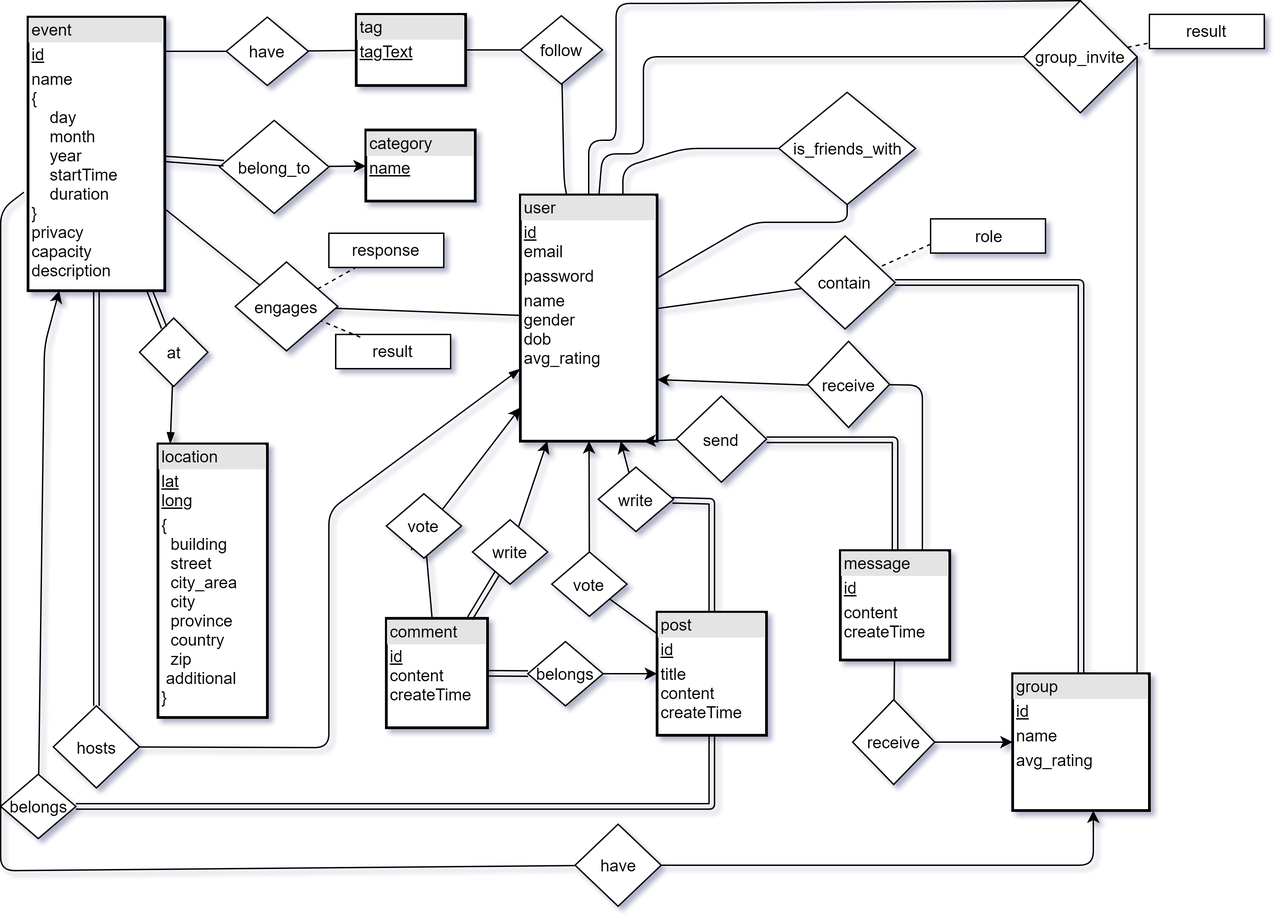
Before: doc/diagrams/er_diagram/ERDiagram.png, a diagram exported from draw.io (ahmed-umair/scenes). Source tidied: cells renumbered, new cells last; positions are measured from the earlier drawing's top-left corner, leaving out a move shared by most shapes.
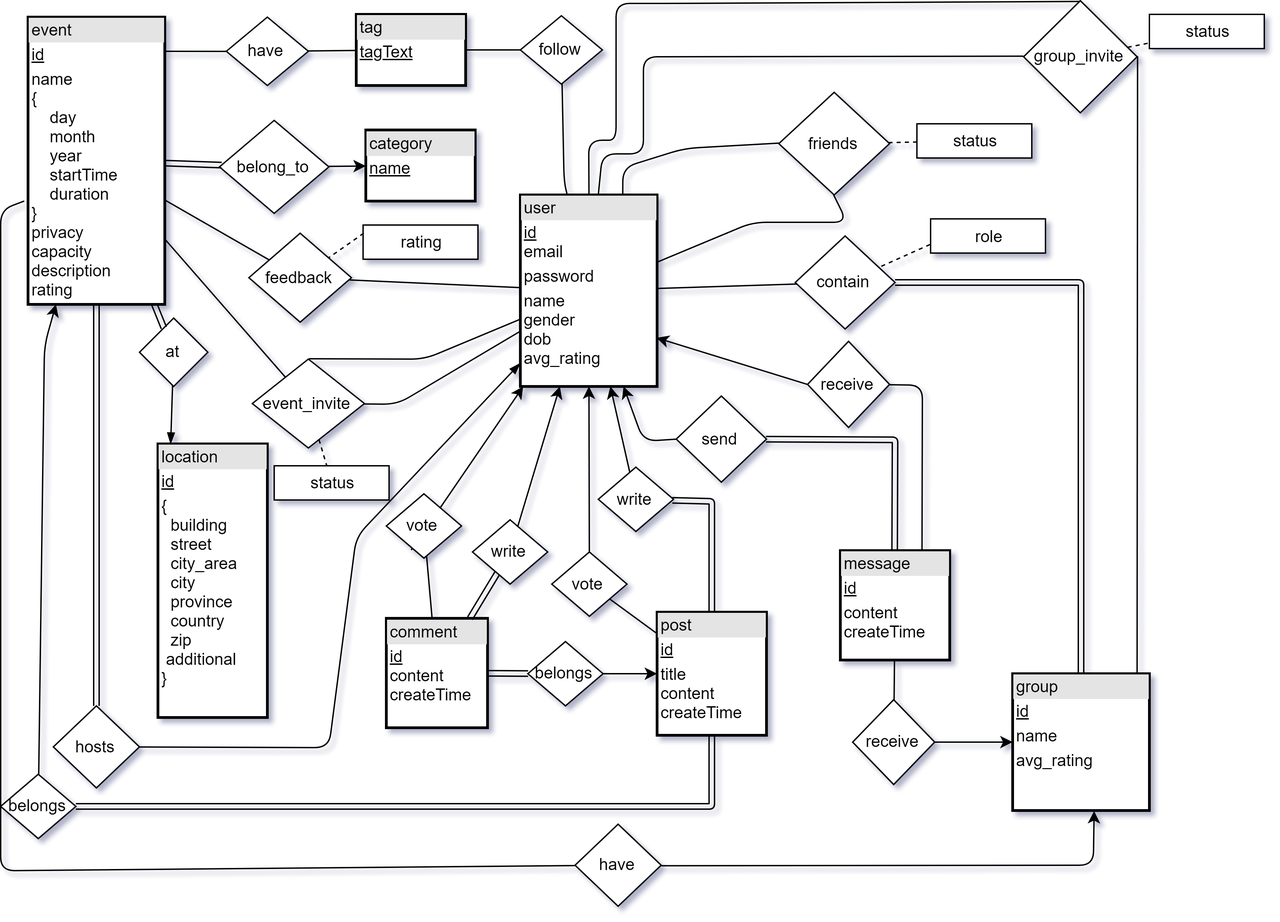
Above is the later version.

What changed in the source:
```diff
@@ -2,19 +2,19 @@
   <root>
     <mxCell id="0" />
     <mxCell id="1" parent="0" />
-    <mxCell id="2" value="&lt;div style=&quot;box-sizing: border-box ; width: 100% ; background: #e4e4e4 ; padding: 2px&quot;&gt;event&lt;/div&gt;&lt;table style=&quot;width: 100% ; font-size: 1em&quot; cellpadding=&quot;2&quot; cellspacing=&quot;0&quot;&gt;&lt;tbody&gt;&lt;tr&gt;&lt;td&gt;&lt;u&gt;id&lt;/u&gt;&lt;/td&gt;&lt;/tr&gt;&lt;tr&gt;&lt;td&gt;name&lt;br&gt;{&lt;br&gt;&amp;nbsp; &amp;nbsp; day&lt;br&gt;&amp;nbsp; &amp;nbsp; month&lt;br&gt;&amp;nbsp; &amp;nbsp; year&lt;br&gt;&amp;nbsp; &amp;nbsp; startTime&lt;br&gt;&amp;nbsp; &amp;nbsp; duration&lt;br&gt;}&lt;br&gt;privacy&lt;br&gt;capacity&lt;br&gt;description&lt;br&gt;&lt;/td&gt;&lt;/tr&gt;&lt;tr&gt;&lt;td&gt;&lt;br&gt;&lt;br&gt;&lt;/td&gt;&lt;/tr&gt;&lt;/tbody&gt;&lt;/table&gt;" style="verticalAlign=top;align=left;overflow=fill;html=1;fillColor=#ffffff;strokeWidth=2;" parent="1" vertex="1">
-      <mxGeometry x="20" y="12" width="100" height="200" as="geometry" />
+    <mxCell id="2" value="&lt;div style=&quot;box-sizing: border-box ; width: 100% ; background: #e4e4e4 ; padding: 2px&quot;&gt;event&lt;/div&gt;&lt;table style=&quot;width: 100% ; font-size: 1em&quot; cellpadding=&quot;2&quot; cellspacing=&quot;0&quot;&gt;&lt;tbody&gt;&lt;tr&gt;&lt;td&gt;&lt;u&gt;id&lt;/u&gt;&lt;/td&gt;&lt;/tr&gt;&lt;tr&gt;&lt;td&gt;name&lt;br&gt;{&lt;br&gt;&amp;nbsp; &amp;nbsp; day&lt;br&gt;&amp;nbsp; &amp;nbsp; month&lt;br&gt;&amp;nbsp; &amp;nbsp; year&lt;br&gt;&amp;nbsp; &amp;nbsp; startTime&lt;br&gt;&amp;nbsp; &amp;nbsp; duration&lt;br&gt;}&lt;br&gt;privacy&lt;br&gt;capacity&lt;br&gt;description&lt;br&gt;rating&lt;/td&gt;&lt;/tr&gt;&lt;tr&gt;&lt;td&gt;&lt;br&gt;&lt;br&gt;&lt;/td&gt;&lt;/tr&gt;&lt;/tbody&gt;&lt;/table&gt;" style="verticalAlign=top;align=left;overflow=fill;html=1;fillColor=#ffffff;strokeWidth=2;" parent="1" vertex="1">
+      <mxGeometry x="20" y="12" width="100" height="210" as="geometry" />
     </mxCell>
     <mxCell id="3" value="&lt;div style=&quot;box-sizing: border-box ; width: 100% ; background: #e4e4e4 ; padding: 2px&quot;&gt;tag&lt;/div&gt;&lt;table style=&quot;width: 100% ; font-size: 1em&quot; cellpadding=&quot;2&quot; cellspacing=&quot;0&quot;&gt;&lt;tbody&gt;&lt;tr&gt;&lt;td&gt;&lt;u&gt;tagText&lt;/u&gt;&lt;br&gt;&lt;/td&gt;&lt;/tr&gt;&lt;tr&gt;&lt;td&gt;&lt;br&gt;&lt;/td&gt;&lt;/tr&gt;&lt;/tbody&gt;&lt;/table&gt;" style="verticalAlign=top;align=left;overflow=fill;html=1;fillColor=#ffffff;strokeWidth=2;" parent="1" vertex="1">
       <mxGeometry x="260" y="10" width="80" height="52" as="geometry" />
     </mxCell>
     <mxCell id="4" value="&lt;div style=&quot;box-sizing: border-box ; width: 100% ; background: #e4e4e4 ; padding: 2px&quot;&gt;user&lt;/div&gt;&lt;table style=&quot;width: 100% ; font-size: 1em&quot; cellpadding=&quot;2&quot; cellspacing=&quot;0&quot;&gt;&lt;tbody&gt;&lt;tr&gt;&lt;td&gt;&lt;u&gt;id&lt;/u&gt;&lt;br&gt;email&lt;/td&gt;&lt;/tr&gt;&lt;tr&gt;&lt;td&gt;password&lt;/td&gt;&lt;/tr&gt;&lt;tr&gt;&lt;td&gt;name&lt;br&gt;gender&lt;br&gt;dob&lt;br&gt;avg_rating&lt;/td&gt;&lt;/tr&gt;&lt;/tbody&gt;&lt;/table&gt;" style="verticalAlign=top;align=left;overflow=fill;html=1;fillColor=#ffffff;strokeWidth=2;" parent="1" vertex="1">
-      <mxGeometry x="380" y="142" width="100" height="180" as="geometry" />
+      <mxGeometry x="380" y="142" width="100" height="140" as="geometry" />
     </mxCell>
     <mxCell id="5" value="&lt;div style=&quot;box-sizing: border-box ; width: 100% ; background: #e4e4e4 ; padding: 2px&quot;&gt;group&lt;/div&gt;&lt;table style=&quot;width: 100% ; font-size: 1em&quot; cellpadding=&quot;2&quot; cellspacing=&quot;0&quot;&gt;&lt;tbody&gt;&lt;tr&gt;&lt;td&gt;&lt;u&gt;id&lt;/u&gt;&lt;/td&gt;&lt;/tr&gt;&lt;tr&gt;&lt;td&gt;name&lt;/td&gt;&lt;/tr&gt;&lt;tr&gt;&lt;td&gt;avg_rating&lt;/td&gt;&lt;/tr&gt;&lt;/tbody&gt;&lt;/table&gt;" style="verticalAlign=top;align=left;overflow=fill;html=1;fillColor=#ffffff;strokeWidth=2;" parent="1" vertex="1">
       <mxGeometry x="740" y="492" width="100" height="100" as="geometry" />
     </mxCell>
-    <mxCell id="6" value="&lt;div style=&quot;box-sizing: border-box ; width: 100% ; background: #e4e4e4 ; padding: 2px&quot;&gt;location&lt;/div&gt;&lt;table style=&quot;width: 100% ; font-size: 1em&quot; cellpadding=&quot;2&quot; cellspacing=&quot;0&quot;&gt;&lt;tbody&gt;&lt;tr&gt;&lt;td&gt;&lt;u&gt;lat&lt;br&gt;long&lt;br&gt;&lt;/u&gt;&lt;/td&gt;&lt;/tr&gt;&lt;tr&gt;&lt;td&gt;{&lt;br&gt;&amp;nbsp; building&lt;br&gt;&amp;nbsp; street&lt;br&gt;&amp;nbsp; city_area&lt;br&gt;&amp;nbsp; city&lt;br&gt;&amp;nbsp; province&lt;br&gt;&amp;nbsp; country&lt;br&gt;&amp;nbsp; zip&lt;br&gt;&amp;nbsp;additional&lt;br&gt;}&lt;/td&gt;&lt;/tr&gt;&lt;/tbody&gt;&lt;/table&gt;" style="verticalAlign=top;align=left;overflow=fill;html=1;fillColor=#ffffff;direction=east;strokeWidth=2;" parent="1" vertex="1">
+    <mxCell id="6" value="&lt;div style=&quot;box-sizing: border-box ; width: 100% ; background: #e4e4e4 ; padding: 2px&quot;&gt;location&lt;/div&gt;&lt;table style=&quot;width: 100% ; font-size: 1em&quot; cellpadding=&quot;2&quot; cellspacing=&quot;0&quot;&gt;&lt;tbody&gt;&lt;tr&gt;&lt;td&gt;&lt;u&gt;id&lt;/u&gt;&lt;/td&gt;&lt;/tr&gt;&lt;tr&gt;&lt;td&gt;{&lt;br&gt;&amp;nbsp; building&lt;br&gt;&amp;nbsp; street&lt;br&gt;&amp;nbsp; city_area&lt;br&gt;&amp;nbsp; city&lt;br&gt;&amp;nbsp; province&lt;br&gt;&amp;nbsp; country&lt;br&gt;&amp;nbsp; zip&lt;br&gt;&amp;nbsp;additional&lt;br&gt;}&lt;/td&gt;&lt;/tr&gt;&lt;/tbody&gt;&lt;/table&gt;" style="verticalAlign=top;align=left;overflow=fill;html=1;fillColor=#ffffff;direction=east;strokeWidth=2;" parent="1" vertex="1">
       <mxGeometry x="115" y="324" width="80" height="200" as="geometry" />
     </mxCell>
     <mxCell id="7" value="&lt;div style=&quot;box-sizing: border-box ; width: 100% ; background: #e4e4e4 ; padding: 2px&quot;&gt;message&lt;/div&gt;&lt;table style=&quot;width: 100% ; font-size: 1em&quot; cellpadding=&quot;2&quot; cellspacing=&quot;0&quot;&gt;&lt;tbody&gt;&lt;tr&gt;&lt;td&gt;&lt;u&gt;id&lt;/u&gt;&lt;/td&gt;&lt;/tr&gt;&lt;tr&gt;&lt;td&gt;content&lt;br&gt;createTime&lt;/td&gt;&lt;/tr&gt;&lt;/tbody&gt;&lt;/table&gt;" style="verticalAlign=top;align=left;overflow=fill;html=1;fillColor=#ffffff;strokeWidth=2;" parent="1" vertex="1">
@@ -50,7 +50,7 @@
       <mxGeometry relative="1" as="geometry">
         <Array as="points">
           <mxPoint x="240" y="546" />
-          <mxPoint x="240" y="373" />
+          <mxPoint x="260" y="392" />
         </Array>
       </mxGeometry>
     </mxCell>
@@ -69,8 +69,8 @@
     <mxCell id="21" value="write&lt;br&gt;" style="shape=rhombus;html=1;dashed=0;whitespace=wrap;perimeter=rhombusPerimeter;fillColor=#ffffff;" parent="1" vertex="1">
       <mxGeometry x="437" y="341" width="55" height="47" as="geometry" />
     </mxCell>
-    <mxCell id="22" value="is_friends_with" style="shape=rhombus;html=1;dashed=0;whitespace=wrap;perimeter=rhombusPerimeter;fillColor=#ffffff;" parent="1" vertex="1">
-      <mxGeometry x="569" y="67" width="100" height="82" as="geometry" />
+    <mxCell id="22" value="friends" style="shape=rhombus;html=1;dashed=0;whitespace=wrap;perimeter=rhombusPerimeter;fillColor=#ffffff;" parent="1" vertex="1">
+      <mxGeometry x="569" y="67" width="81" height="75" as="geometry" />
     </mxCell>
     <mxCell id="23" style="endArrow=none;html=1;entryX=0.5;entryY=1;entryDx=0;entryDy=0;" parent="1" edge="1" source="4" target="22">
       <mxGeometry relative="1" as="geometry">
@@ -94,8 +94,8 @@
     <mxCell id="26" style="endArrow=none;html=1;" parent="1" edge="1" source="9" target="3">
       <mxGeometry relative="1" as="geometry" />
     </mxCell>
-    <mxCell id="27" value="engages" style="shape=rhombus;html=1;dashed=0;whitespace=wrap;perimeter=rhombusPerimeter;fillColor=#ffffff;" parent="1" vertex="1">
-      <mxGeometry x="171.5" y="191" width="75" height="65" as="geometry" />
+    <mxCell id="27" value="feedback" style="shape=rhombus;html=1;dashed=0;whitespace=wrap;perimeter=rhombusPerimeter;fillColor=#ffffff;" parent="1" vertex="1">
+      <mxGeometry x="181.5" y="170" width="75" height="65" as="geometry" />
     </mxCell>
     <mxCell id="28" style="endArrow=none;html=1;" parent="1" edge="1" source="2" target="27">
       <mxGeometry relative="1" as="geometry" />
@@ -238,18 +238,6 @@
     <mxCell id="58" style="endArrow=none;html=1;" parent="1" edge="1" source="27" target="4">
       <mxGeometry relative="1" as="geometry" />
     </mxCell>
-    <mxCell id="59" style="group;" parent="1" vertex="1">
-      <mxGeometry x="240" y="170" width="84" height="25" as="geometry" />
-    </mxCell>
-    <mxCell id="60" style="rounded=0;whiteSpace=wrap;html=1;" parent="59" vertex="1">
-      <mxGeometry width="84" height="25" as="geometry" />
-    </mxCell>
-    <mxCell id="61" value="response&lt;br&gt;" style="text;html=1;strokeColor=none;fillColor=none;align=center;verticalAlign=middle;whiteSpace=wrap;rounded=0;" parent="59" vertex="1">
-      <mxGeometry x="12" y="2" width="60" height="20" as="geometry" />
-    </mxCell>
-    <mxCell id="62" style="endArrow=none;dashed=1;html=1;" parent="1" edge="1" source="27" target="60">
-      <mxGeometry relative="1" as="geometry" />
-    </mxCell>
     <mxCell id="63" style="shape=link;html=1;" parent="1" edge="1" source="20" target="5">
       <mxGeometry relative="1" as="geometry">
         <Array as="points">
@@ -260,21 +248,6 @@
     <mxCell id="64" style="endArrow=none;html=1;" parent="1" edge="1" source="4" target="20">
       <mxGeometry relative="1" as="geometry" />
     </mxCell>
-    <mxCell id="65" style="group;" parent="1" vertex="1">
-      <mxGeometry x="245" y="244" width="84" height="25" as="geometry" />
-    </mxCell>
-    <mxCell id="66" style="group;" parent="65" vertex="1">
-      <mxGeometry width="84" height="25" as="geometry" />
-    </mxCell>
-    <mxCell id="67" style="rounded=0;whiteSpace=wrap;html=1;" parent="66" vertex="1">
-      <mxGeometry width="84" height="25" as="geometry" />
-    </mxCell>
-    <mxCell id="68" value="result&lt;br&gt;" style="text;html=1;strokeColor=none;fillColor=none;align=center;verticalAlign=middle;whiteSpace=wrap;rounded=0;" parent="66" vertex="1">
-      <mxGeometry x="12" y="2" width="60" height="20" as="geometry" />
-    </mxCell>
-    <mxCell id="69" style="endArrow=none;dashed=1;html=1;" parent="65" edge="1" source="68" target="27">
-      <mxGeometry relative="1" as="geometry" />
-    </mxCell>
     <mxCell id="70" style="group;" parent="1" vertex="1">
       <mxGeometry x="680" y="159.5" width="84" height="25" as="geometry" />
     </mxCell>
@@ -312,7 +285,7 @@
     <mxCell id="80" style="rounded=0;whiteSpace=wrap;html=1;" parent="79" vertex="1">
       <mxGeometry width="84" height="25" as="geometry" />
     </mxCell>
-    <mxCell id="81" value="result&lt;br&gt;" style="text;html=1;strokeColor=none;fillColor=none;align=center;verticalAlign=middle;whiteSpace=wrap;rounded=0;" parent="79" vertex="1">
+    <mxCell id="81" value="status&lt;br&gt;" style="text;html=1;strokeColor=none;fillColor=none;align=center;verticalAlign=middle;whiteSpace=wrap;rounded=0;" parent="79" vertex="1">
       <mxGeometry x="12" y="2" width="60" height="20" as="geometry" />
     </mxCell>
     <mxCell id="82" style="endArrow=none;dashed=1;html=1;" parent="1" edge="1" source="31" target="80">
@@ -340,5 +313,73 @@
     <mxCell id="88" style="endArrow=none;html=1;" parent="1" edge="1" source="3" target="86">
       <mxGeometry relative="1" as="geometry" />
     </mxCell>
+    <mxCell id="89" style="endArrow=none;dashed=1;html=1;" parent="1" edge="1" source="22" target="92">
+      <mxGeometry relative="1" as="geometry" />
+    </mxCell>
+    <mxCell id="90" style="group;" parent="1" vertex="1">
+      <mxGeometry x="670" y="90" width="84" height="25" as="geometry" />
+    </mxCell>
+    <mxCell id="91" style="group;" parent="90" vertex="1">
+      <mxGeometry width="84" height="25" as="geometry" />
+    </mxCell>
+    <mxCell id="92" style="rounded=0;whiteSpace=wrap;html=1;" parent="91" vertex="1">
+      <mxGeometry width="84" height="25" as="geometry" />
+    </mxCell>
+    <mxCell id="93" value="status&lt;br&gt;" style="text;html=1;strokeColor=none;fillColor=none;align=center;verticalAlign=middle;whiteSpace=wrap;rounded=0;" parent="91" vertex="1">
+      <mxGeometry x="12" y="2" width="60" height="20" as="geometry" />
+    </mxCell>
+    <mxCell id="94" value="event_invite" style="shape=rhombus;html=1;dashed=0;whitespace=wrap;perimeter=rhombusPerimeter;fillColor=#ffffff;" parent="1" vertex="1">
+      <mxGeometry x="184" y="262" width="82" height="65" as="geometry" />
+    </mxCell>
+    <mxCell id="95" style="endArrow=none;html=1;exitX=0.5;exitY=0;exitDx=0;exitDy=0;" parent="1" edge="1" source="94" target="4">
+      <mxGeometry relative="1" as="geometry">
+        <Array as="points">
+          <mxPoint x="310" y="262" />
+        </Array>
+      </mxGeometry>
+    </mxCell>
+    <mxCell id="96" style="endArrow=none;html=1;" parent="1" edge="1" source="94" target="4">
+      <mxGeometry relative="1" as="geometry">
+        <Array as="points">
+          <mxPoint x="290" y="295" />
+        </Array>
+      </mxGeometry>
+    </mxCell>
+    <mxCell id="97" style="endArrow=none;html=1;" parent="1" edge="1" source="94" target="2">
+      <mxGeometry relative="1" as="geometry" />
+    </mxCell>
+    <mxCell id="98" style="endArrow=none;dashed=1;html=1;" parent="1" edge="1" source="94" target="102">
+      <mxGeometry relative="1" as="geometry" />
+    </mxCell>
+    <mxCell id="99" style="group;" parent="1" vertex="1">
+      <mxGeometry x="200" y="340" width="84" height="25" as="geometry" />
+    </mxCell>
+    <mxCell id="100" style="group;" parent="99" vertex="1">
+      <mxGeometry width="84" height="25" as="geometry" />
+    </mxCell>
+    <mxCell id="101" style="rounded=0;whiteSpace=wrap;html=1;" parent="100" vertex="1">
+      <mxGeometry width="84" height="25" as="geometry" />
+    </mxCell>
+    <mxCell id="102" value="status&lt;br&gt;" style="text;html=1;strokeColor=none;fillColor=none;align=center;verticalAlign=middle;whiteSpace=wrap;rounded=0;" parent="100" vertex="1">
+      <mxGeometry x="12" y="2" width="60" height="20" as="geometry" />
+    </mxCell>
+    <mxCell id="103" style="group;" parent="1" vertex="1">
+      <mxGeometry x="265" y="164" width="84" height="25" as="geometry" />
+    </mxCell>
+    <mxCell id="65" style="group;" parent="103" vertex="1">
+      <mxGeometry width="84" height="25" as="geometry" />
+    </mxCell>
+    <mxCell id="66" style="group;" parent="65" vertex="1">
+      <mxGeometry width="84" height="25" as="geometry" />
+    </mxCell>
+    <mxCell id="67" style="rounded=0;whiteSpace=wrap;html=1;" parent="66" vertex="1">
+      <mxGeometry width="84" height="25" as="geometry" />
+    </mxCell>
+    <mxCell id="68" value="rating&lt;br&gt;" style="text;html=1;strokeColor=none;fillColor=none;align=center;verticalAlign=middle;whiteSpace=wrap;rounded=0;" parent="66" vertex="1">
+      <mxGeometry x="12" y="2" width="60" height="20" as="geometry" />
+    </mxCell>
+    <mxCell id="69" style="endArrow=none;dashed=1;html=1;exitX=0;exitY=0.25;exitDx=0;exitDy=0;" parent="1" edge="1" source="67" target="27">
+      <mxGeometry relative="1" as="geometry" />
+    </mxCell>
   </root>
 </mxGraphModel>
```
